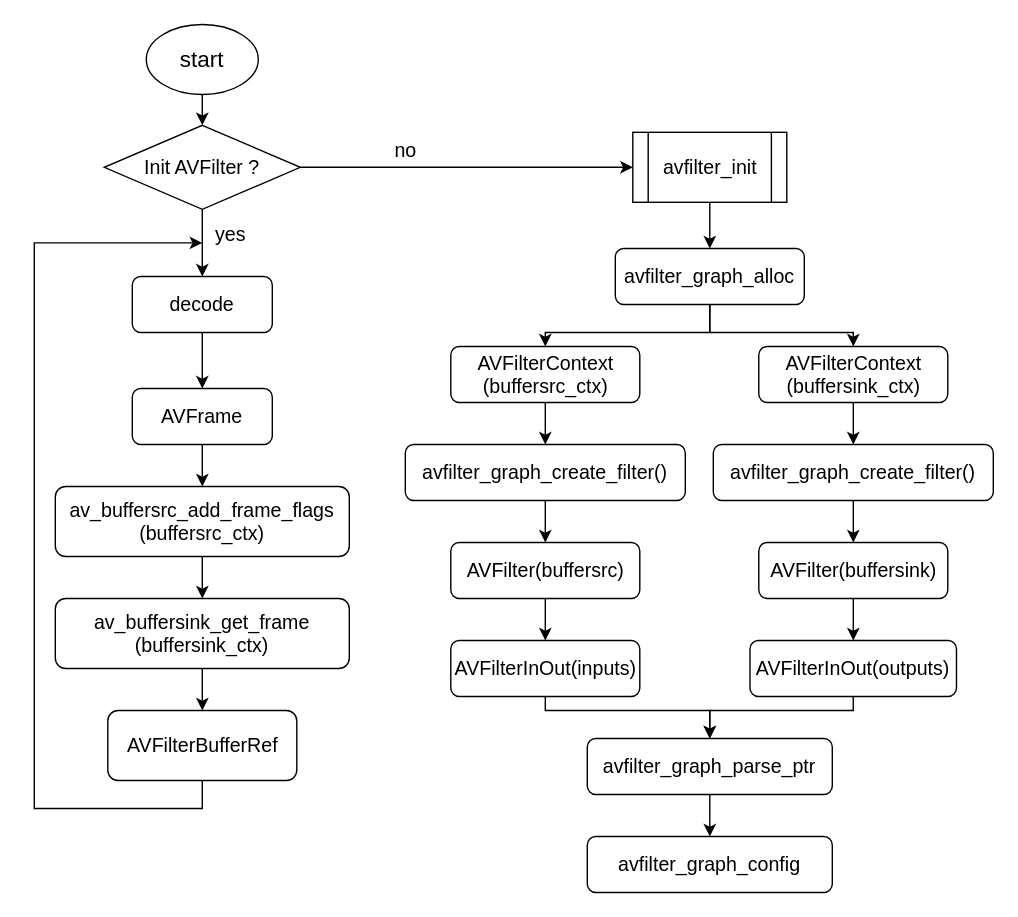
Before: page "Page-3" (3 of 3) of Untitled Diagram.drawio in fengli-git/storehouse, a draw.io diagram. Source tidied: cells renumbered, new cells numbered last; positions are measured from the earlier drawing's top-left corner, leaving out a move shared by most shapes. Both pictures are drawn from the tidied source at 140%, with x=0, y=0 at pixel (34, 24).
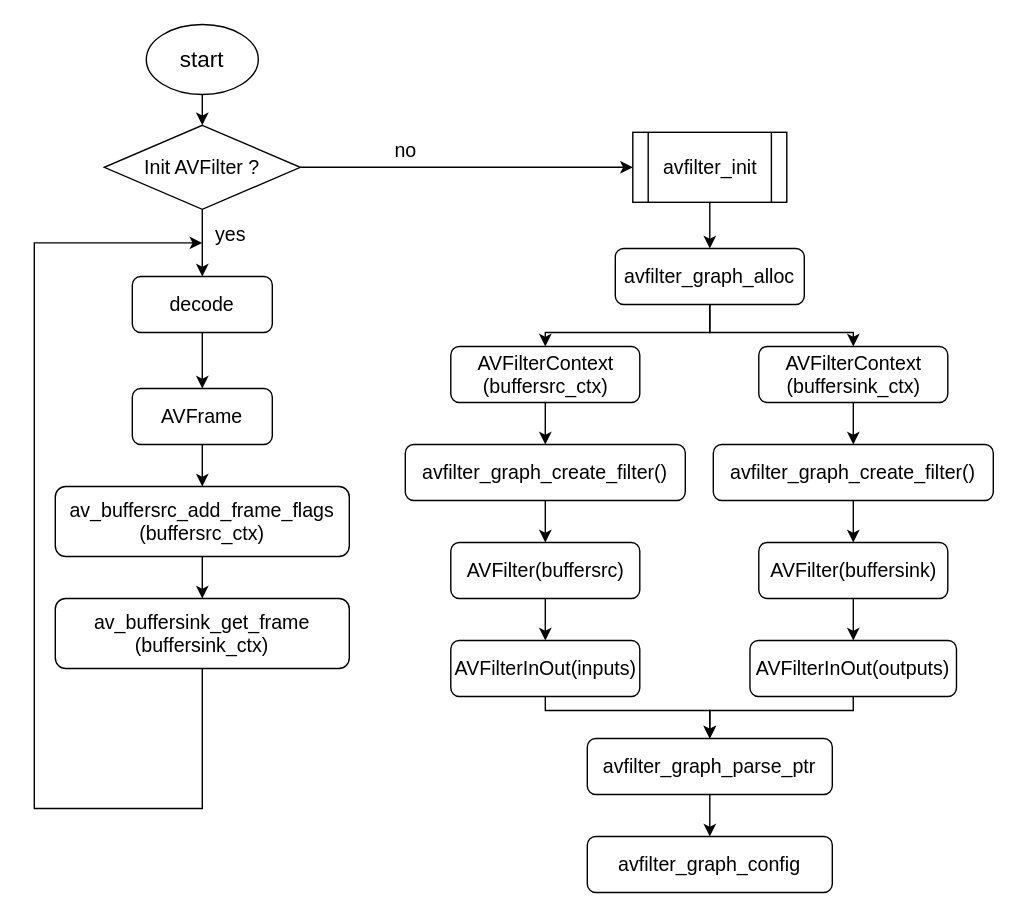
Above is the later version.

Unchanged cells that the change refers to:
```xml
<mxCell id="14" value="&lt;font&gt;&lt;span style=&quot;font-size: 14px&quot;&gt;av_buffersink_get_frame&lt;/span&gt;&lt;br&gt;&lt;span style=&quot;font-size: 14px&quot;&gt;(buffersink_ctx)&lt;/span&gt;&lt;br&gt;&lt;/font&gt;" style="rounded=1;whiteSpace=wrap;html=1;" parent="1" vertex="1">
  <mxGeometry x="15" y="410" width="210" height="50" as="geometry" />
</mxCell>
<mxCell id="17" value="&lt;font style=&quot;font-size: 14px&quot;&gt;yes&lt;/font&gt;" style="text;html=1;align=center;verticalAlign=middle;points=[];strokeColor=none;" parent="1" vertex="1">
  <mxGeometry x="120" y="140" width="40" height="20" as="geometry" />
</mxCell>
```

What changed in the source:
```diff
@@
-    <mxCell id="13" style="edgeStyle=orthogonalEdgeStyle;rounded=0;jettySize=auto;html=1;exitX=0.5;exitY=1;exitDx=0;exitDy=0;" parent="1" edge="1" source="14">
-      <mxGeometry relative="1" as="geometry">
-        <mxPoint x="120" y="490" as="targetPoint" />
-      </mxGeometry>
-    </mxCell>
@@
-    <mxCell id="15" style="edgeStyle=orthogonalEdgeStyle;rounded=0;jettySize=auto;html=1;exitX=0.5;exitY=1;exitDx=0;exitDy=0;" parent="1" edge="1" source="16" target="17">
+    <mxCell id="15" style="edgeStyle=orthogonalEdgeStyle;rounded=0;jettySize=auto;html=1;exitX=0.5;exitY=1;exitDx=0;exitDy=0;" parent="1" edge="1" source="14" target="17">
       <mxGeometry relative="1" as="geometry">
         <Array as="points">
           <mxPoint x="120" y="560" />
           <mxPoint y="560" />
           <mxPoint y="156" />
         </Array>
       </mxGeometry>
     </mxCell>
-    <mxCell id="16" value="&lt;font&gt;&lt;span style=&quot;font-size: 14px&quot;&gt;AVFilterBufferRef&lt;/span&gt;&lt;br&gt;&lt;/font&gt;" style="rounded=1;whiteSpace=wrap;html=1;" parent="1" vertex="1">
-      <mxGeometry x="52.5" y="490" width="135" height="50" as="geometry" />
-    </mxCell>
```
